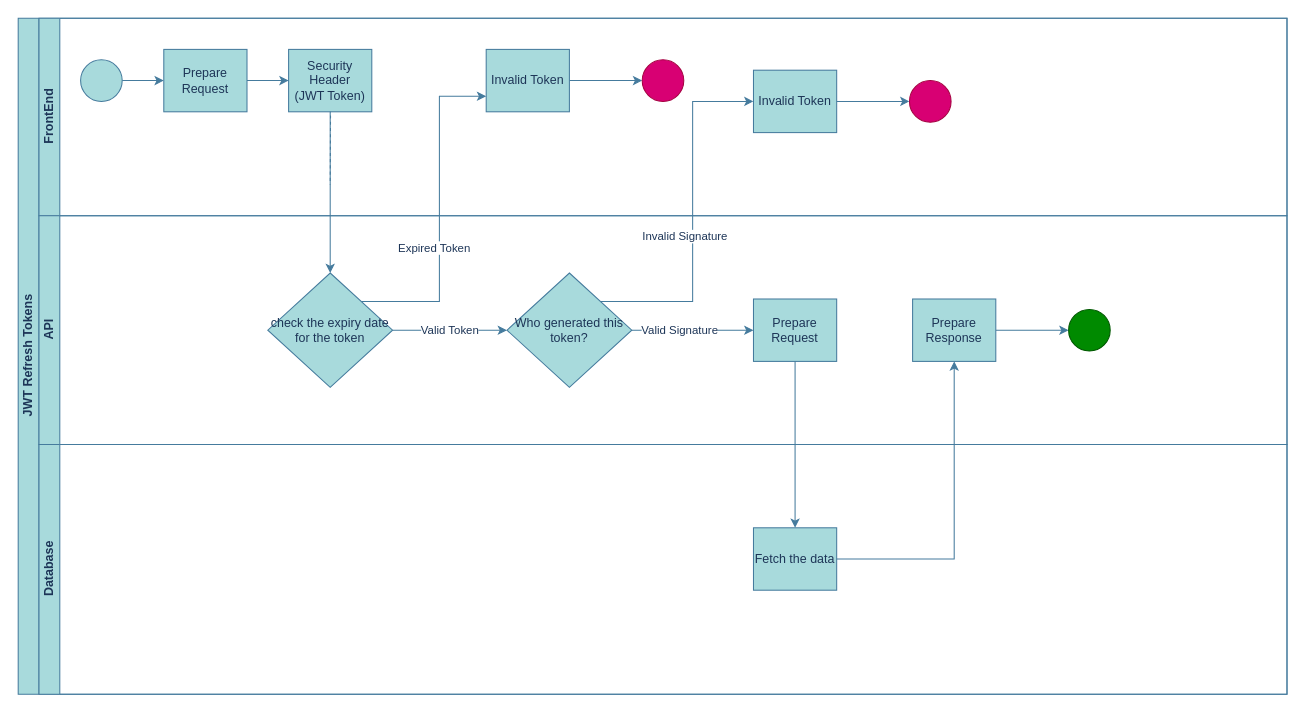
sreejithout/uml-diagrams keeps this draw.io diagram as Untitled Diagram.drawio. Above is the earlier version. Source tidied: cells renumbered, new cells numbered last; positions are measured from the earlier drawing's top-left corner, leaving out a move shared by most shapes. Both pictures are drawn from the tidied source at 104%, with x=0, y=0 at pixel (18, 18).
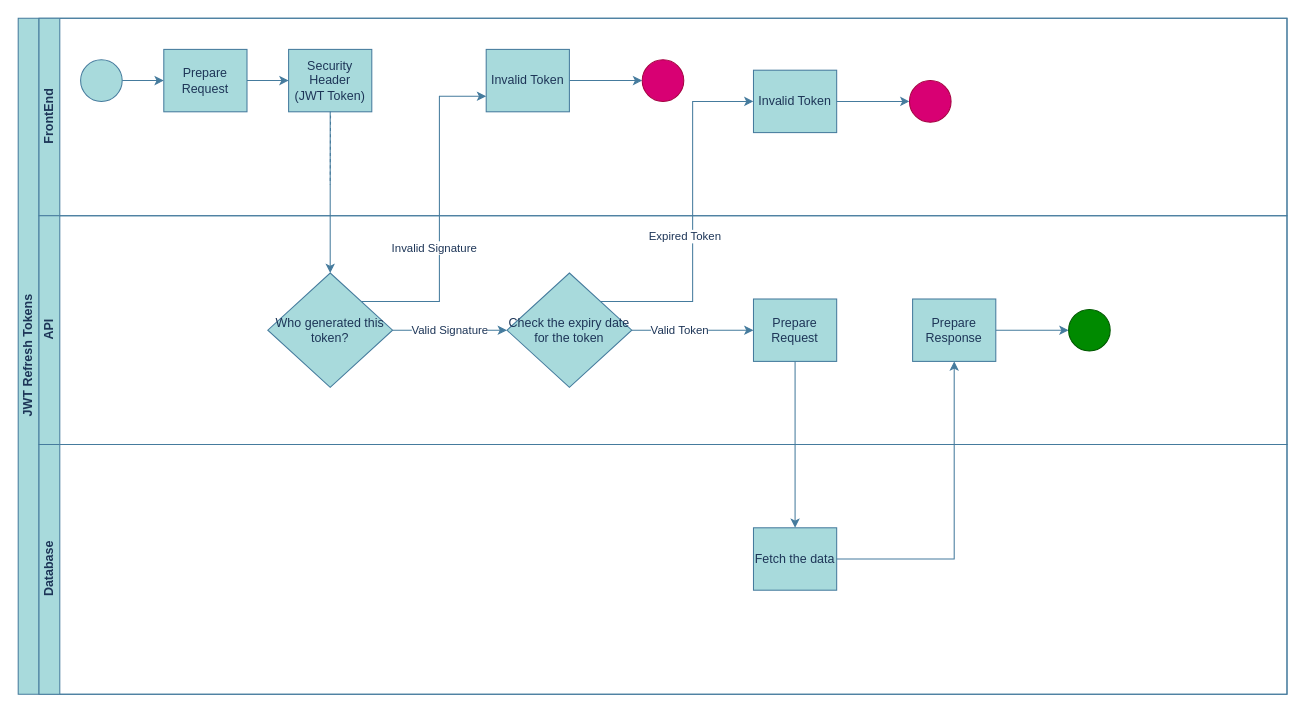
The same page after the edit.

The change refers to these unchanged cells:
```xml
<mxCell id="2" value="JWT Refresh Tokens" style="swimlane;html=1;horizontal=0;startSize=20;rounded=0;labelBackgroundColor=none;fillColor=#A8DADC;strokeColor=#457B9D;fontColor=#1D3557;" parent="1" vertex="1">
  <mxGeometry width="1220" height="650" as="geometry" />
</mxCell>
<mxCell id="11" value="Invalid Token" style="rounded=0;whiteSpace=wrap;html=1;fontFamily=Helvetica;fontSize=12;fontColor=#1D3557;align=center;labelBackgroundColor=none;fillColor=#A8DADC;strokeColor=#457B9D;" parent="4" vertex="1">
  <mxGeometry x="430" y="30" width="80" height="60" as="geometry" />
</mxCell>
<mxCell id="14" value="Invalid Token" style="rounded=0;whiteSpace=wrap;html=1;fontFamily=Helvetica;fontSize=12;fontColor=#1D3557;align=center;labelBackgroundColor=none;fillColor=#A8DADC;strokeColor=#457B9D;" parent="4" vertex="1">
  <mxGeometry x="687" y="50" width="80" height="60" as="geometry" />
</mxCell>
<mxCell id="16" value="API" style="swimlane;html=1;startSize=20;horizontal=0;rounded=0;labelBackgroundColor=none;fillColor=#A8DADC;strokeColor=#457B9D;fontColor=#1D3557;" parent="2" vertex="1">
  <mxGeometry x="20" y="190" width="1200" height="220" as="geometry" />
</mxCell>
<mxCell id="19" style="edgeStyle=orthogonalEdgeStyle;rounded=0;jettySize=auto;html=1;strokeColor=#457B9D;fontColor=#1D3557;fillColor=#A8DADC;" parent="16" edge="1" source="21" target="22">
  <mxGeometry relative="1" as="geometry" />
</mxCell>
```

Diff of the diagram source:
```diff
@@
-    <mxCell id="17" value="Valid Token" style="edgeStyle=orthogonalEdgeStyle;rounded=0;jettySize=auto;html=1;strokeColor=#457B9D;fontColor=#1D3557;fillColor=#A8DADC;" parent="16" edge="1" source="18" target="21">
+    <mxCell id="17" value="Valid Signature" style="edgeStyle=orthogonalEdgeStyle;rounded=0;jettySize=auto;html=1;strokeColor=#457B9D;fontColor=#1D3557;fillColor=#A8DADC;" parent="16" edge="1" source="18" target="21">
       <mxGeometry relative="1" as="geometry" />
     </mxCell>
-    <mxCell id="18" value="check the expiry date for the token" style="rhombus;whiteSpace=wrap;html=1;fontFamily=Helvetica;fontSize=12;fontColor=#1D3557;align=center;rounded=0;labelBackgroundColor=none;fillColor=#A8DADC;strokeColor=#457B9D;" parent="16" vertex="1">
+    <mxCell id="18" value="Who generated this token?" style="rhombus;whiteSpace=wrap;html=1;fontFamily=Helvetica;fontSize=12;fontColor=#1D3557;align=center;rounded=0;labelBackgroundColor=none;fillColor=#A8DADC;strokeColor=#457B9D;" parent="16" vertex="1">
       <mxGeometry x="220" y="55" width="120" height="110" as="geometry" />
     </mxCell>
@@
-    <mxCell id="20" value="Valid Signature" style="edgeLabel;html=1;align=center;verticalAlign=middle;fontColor=#1D3557;" parent="19" vertex="1">
+    <mxCell id="20" value="Valid Token" style="edgeLabel;html=1;align=center;verticalAlign=middle;fontColor=#1D3557;" parent="19" vertex="1">
       <mxGeometry x="-0.23" y="1" relative="1" as="geometry" />
     </mxCell>
-    <mxCell id="21" value="Who generated this token?" style="rhombus;whiteSpace=wrap;html=1;fontFamily=Helvetica;fontSize=12;fontColor=#1D3557;align=center;rounded=0;labelBackgroundColor=none;fillColor=#A8DADC;strokeColor=#457B9D;" parent="16" vertex="1">
+    <mxCell id="21" value="Check the expiry date for the token" style="rhombus;whiteSpace=wrap;html=1;fontFamily=Helvetica;fontSize=12;fontColor=#1D3557;align=center;rounded=0;labelBackgroundColor=none;fillColor=#A8DADC;strokeColor=#457B9D;" parent="16" vertex="1">
       <mxGeometry x="450" y="55" width="120" height="110" as="geometry" />
     </mxCell>
@@
-    <mxCell id="29" value="Expired Token" style="edgeStyle=orthogonalEdgeStyle;rounded=0;jettySize=auto;html=1;exitX=1;exitY=0;exitDx=0;exitDy=0;entryX=0;entryY=0.75;entryDx=0;entryDy=0;strokeColor=#457B9D;fontColor=#1D3557;fillColor=#A8DADC;" parent="2" edge="1" source="18" target="11">
+    <mxCell id="29" value="Invalid Signature" style="edgeStyle=orthogonalEdgeStyle;rounded=0;jettySize=auto;html=1;exitX=1;exitY=0;exitDx=0;exitDy=0;entryX=0;entryY=0.75;entryDx=0;entryDy=0;strokeColor=#457B9D;fontColor=#1D3557;fillColor=#A8DADC;" parent="2" edge="1" source="18" target="11">
       <mxGeometry x="-0.2" y="5" relative="1" as="geometry" />
     </mxCell>
-    <mxCell id="30" value="Invalid Signature" style="edgeStyle=orthogonalEdgeStyle;rounded=0;jettySize=auto;html=1;exitX=1;exitY=0;exitDx=0;exitDy=0;entryX=0;entryY=0.5;entryDx=0;entryDy=0;strokeColor=#457B9D;fontColor=#1D3557;fillColor=#A8DADC;" parent="2" edge="1" source="21" target="14">
+    <mxCell id="30" value="Expired Token" style="edgeStyle=orthogonalEdgeStyle;rounded=0;jettySize=auto;html=1;exitX=1;exitY=0;exitDx=0;exitDy=0;entryX=0;entryY=0.5;entryDx=0;entryDy=0;strokeColor=#457B9D;fontColor=#1D3557;fillColor=#A8DADC;" parent="2" edge="1" source="21" target="14">
       <mxGeometry x="-0.11" y="9" relative="1" as="geometry">
         <mxPoint x="1" as="offset" />
       </mxGeometry>
     </mxCell>
```
